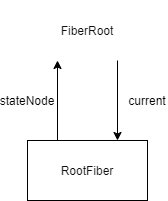
Before: images/2021-6-6/relationship.png, a diagram exported from draw.io (MaplePudding/maplepudding.github.io). Source tidied: cells renumbered, new cells last; positions are measured from the earlier drawing's top-left corner, leaving out a move shared by most shapes.
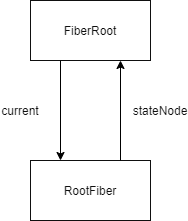
After the commit.

Change to the diagram source:
```diff
@@ -2,23 +2,23 @@
   <root>
     <mxCell id="0" />
     <mxCell id="1" parent="0" />
-    <mxCell id="2" value="FiberRoot" style="rounded=0;whiteSpace=wrap;html=1;strokeColor=#FFFFFF;fontColor=#0F0F0F;" parent="1" vertex="1">
-      <mxGeometry x="20" width="120" height="60" as="geometry" />
+    <mxCell id="2" value="FiberRoot" style="rounded=0;whiteSpace=wrap;html=1;strokeColor=#0F0F0F;fontColor=#0F0F0F;" parent="1" vertex="1">
+      <mxGeometry x="-60" y="80" width="120" height="60" as="geometry" />
     </mxCell>
-    <mxCell id="3" value="&lt;font color=&quot;#0f0f0f&quot;&gt;RootFiber&lt;/font&gt;" style="rounded=0;whiteSpace=wrap;html=1;fontColor=#FFFFFF;" parent="1" vertex="1">
-      <mxGeometry x="20" y="140" width="120" height="60" as="geometry" />
+    <mxCell id="3" value="RootFiber" style="rounded=0;whiteSpace=wrap;html=1;strokeColor=#0F0F0F;fontColor=#0F0F0F;" parent="1" vertex="1">
+      <mxGeometry x="-60" y="240" width="120" height="60" as="geometry" />
     </mxCell>
-    <mxCell id="4" style="endArrow=classic;html=1;entryX=0.75;entryY=0;entryDx=0;entryDy=0;exitX=0.75;exitY=1;exitDx=0;exitDy=0;" parent="1" edge="1" source="2" target="3">
+    <mxCell id="4" style="endArrow=classic;html=1;fontColor=#0F0F0F;entryX=0.25;entryY=0;entryDx=0;entryDy=0;exitX=0.25;exitY=1;exitDx=0;exitDy=0;" parent="1" edge="1" source="2" target="3">
       <mxGeometry relative="1" as="geometry" />
     </mxCell>
-    <mxCell id="5" style="endArrow=classic;html=1;entryX=0.25;entryY=1;entryDx=0;entryDy=0;exitX=0.25;exitY=0;exitDx=0;exitDy=0;" parent="1" edge="1" source="3" target="2">
+    <mxCell id="5" style="endArrow=classic;html=1;fontColor=#0F0F0F;entryX=0.75;entryY=1;entryDx=0;entryDy=0;exitX=0.75;exitY=0;exitDx=0;exitDy=0;" parent="1" edge="1" source="3" target="2">
       <mxGeometry relative="1" as="geometry" />
     </mxCell>
+    <mxCell id="7" value="stateNode" style="text;html=1;strokeColor=none;fillColor=none;align=center;verticalAlign=middle;whiteSpace=wrap;rounded=0;fontColor=#0F0F0F;" parent="1" vertex="1">
+      <mxGeometry x="50" y="180" width="40" height="20" as="geometry" />
+    </mxCell>
-    <mxCell id="6" value="current" style="text;html=1;strokeColor=none;fillColor=none;align=center;verticalAlign=middle;whiteSpace=wrap;rounded=0;" parent="1" vertex="1">
-      <mxGeometry x="120" y="90" width="40" height="20" as="geometry" />
+    <mxCell id="6" value="current" style="text;html=1;strokeColor=none;fillColor=none;align=center;verticalAlign=middle;whiteSpace=wrap;rounded=0;fontColor=#0F0F0F;" parent="1" vertex="1">
+      <mxGeometry x="-90" y="180" width="40" height="20" as="geometry" />
     </mxCell>
-    <mxCell id="7" value="stateNode" style="text;html=1;strokeColor=none;fillColor=none;align=center;verticalAlign=middle;whiteSpace=wrap;rounded=0;" parent="1" vertex="1">
-      <mxGeometry y="90" width="40" height="20" as="geometry" />
-    </mxCell>
   </root>
 </mxGraphModel>
```
